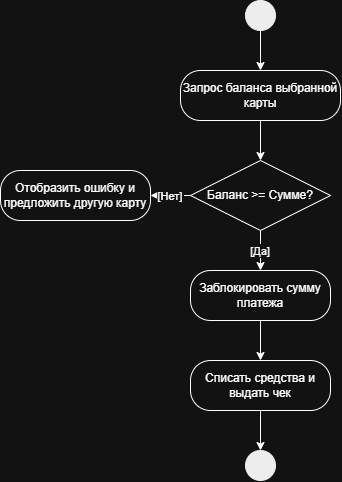
The draw.io diagram lab1/diagrams/activity.drawio.png in Kerven190504/visual-programming-labs-Yaylymov, before a commit. Source tidied: cells renumbered, new cells last; positions are measured from the earlier drawing's top-left corner, leaving out a move shared by most shapes.
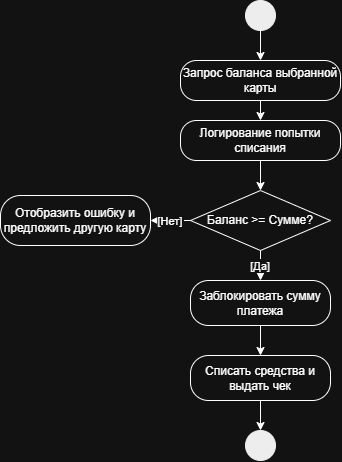
Above is the later version.

Commit message:
Update Activity, Sequence, and Flowchart diagrams: add verification steps

What changed in the source:
```diff
@@ -6,27 +6,33 @@
       <mxGeometry x="245" width="30" height="30" as="geometry" />
     </mxCell>
     <mxCell id="3" value="Запрос баланса выбранной карты" style="rounded=1;whiteSpace=wrap;html=1;arcSize=40;" parent="1" vertex="1">
-      <mxGeometry x="180" y="70" width="160" height="50" as="geometry" />
+      <mxGeometry x="180" y="60" width="160" height="40" as="geometry" />
     </mxCell>
+    <mxCell id="15" value="Логирование попытки списания" style="rounded=1;whiteSpace=wrap;html=1;arcSize=40;" parent="1" vertex="1">
+      <mxGeometry x="180" y="120" width="160" height="40" as="geometry" />
+    </mxCell>
     <mxCell id="4" value="Баланс &amp;gt;= Сумме?" style="rhombus;whiteSpace=wrap;html=1;" parent="1" vertex="1">
-      <mxGeometry x="190" y="160" width="140" height="70" as="geometry" />
+      <mxGeometry x="190" y="190" width="140" height="60" as="geometry" />
     </mxCell>
     <mxCell id="5" value="Отобразить ошибку и предложить другую карту" style="rounded=1;whiteSpace=wrap;html=1;arcSize=40;" parent="1" vertex="1">
-      <mxGeometry y="170" width="150" height="50" as="geometry" />
+      <mxGeometry y="195" width="150" height="50" as="geometry" />
     </mxCell>
     <mxCell id="6" value="Заблокировать сумму платежа" style="rounded=1;whiteSpace=wrap;html=1;arcSize=40;" parent="1" vertex="1">
-      <mxGeometry x="190" y="270" width="140" height="50" as="geometry" />
+      <mxGeometry x="190" y="280" width="140" height="45" as="geometry" />
     </mxCell>
     <mxCell id="7" value="Списать средства и выдать чек" style="rounded=1;whiteSpace=wrap;html=1;arcSize=40;" parent="1" vertex="1">
-      <mxGeometry x="190" y="360" width="140" height="50" as="geometry" />
+      <mxGeometry x="190" y="355" width="140" height="45" as="geometry" />
     </mxCell>
     <mxCell id="8" style="ellipse;shape=doubleEllipse;fillColor=#000000;strokeColor=#000000;" parent="1" vertex="1">
-      <mxGeometry x="245" y="450" width="30" height="30" as="geometry" />
+      <mxGeometry x="245" y="430" width="30" height="30" as="geometry" />
     </mxCell>
     <mxCell id="9" parent="1" edge="1" source="2" target="3">
       <mxGeometry relative="1" as="geometry" />
     </mxCell>
+    <mxCell id="16" parent="1" edge="1" source="3" target="15">
+      <mxGeometry relative="1" as="geometry" />
+    </mxCell>
-    <mxCell id="10" parent="1" edge="1" source="3" target="4">
+    <mxCell id="10" parent="1" edge="1" source="15" target="4">
       <mxGeometry relative="1" as="geometry" />
     </mxCell>
     <mxCell id="11" value="[Нет]" parent="1" edge="1" source="4" target="5">
```
